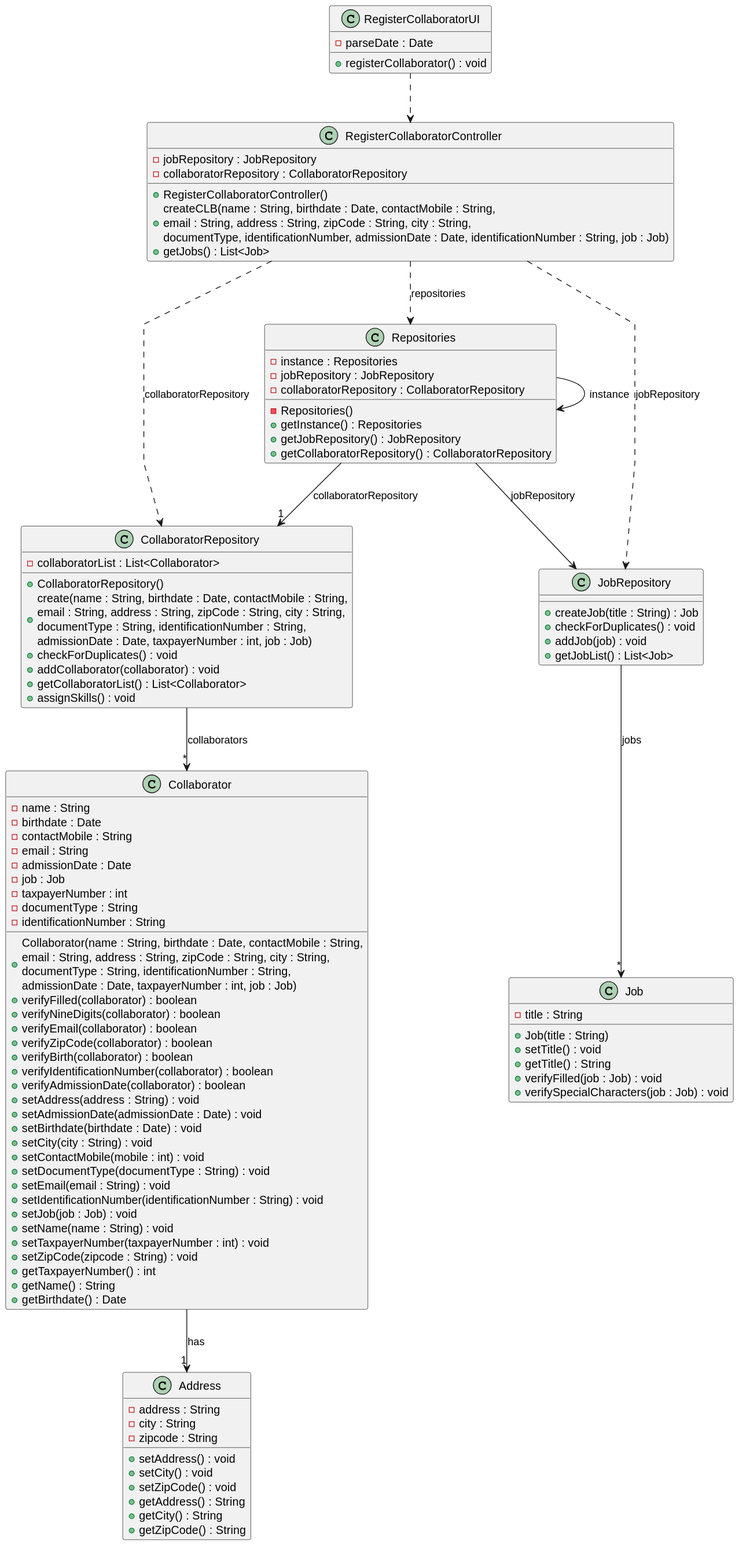
This is docs/sprintC/us003/03.design/svg/us003-class-diagram.svg from ricardomm7/leaflink, a PlantUML export, as it was before one commit. Source of this version:
```plantuml
@startuml
skinparam packageStyle rectangle
skinparam shadowing false
skinparam linetype polyline


class RegisterCollaboratorUI {
+registerCollaborator() : void
-parseDate : Date
}

class RegisterCollaboratorController {
    -jobRepository : JobRepository
    -collaboratorRepository : CollaboratorRepository
    +RegisterCollaboratorController()
    + createCLB(name : String, birthdate : Date, contactMobile : String,\nemail : String, address : String, zipCode : String, city : String,\ndocumentType, identificationNumber, admissionDate : Date, identificationNumber : String, job : Job)
    + getJobs() : List<Job>
}

class Repositories {
    - instance : Repositories
    - Repositories()
    -jobRepository : JobRepository
    -collaboratorRepository : CollaboratorRepository
    + getInstance() : Repositories
    +getJobRepository() : JobRepository
    +getCollaboratorRepository() : CollaboratorRepository
}

class CollaboratorRepository {
    -collaboratorList : List<Collaborator>
    +CollaboratorRepository()
    + create(name : String, birthdate : Date, contactMobile : String,\nemail : String, address : String, zipCode : String, city : String,\ndocumentType : String, identificationNumber : String, \nadmissionDate : Date, taxpayerNumber : int, job : Job)
    + checkForDuplicates() : void
    + addCollaborator(collaborator) : void
    + getCollaboratorList() : List<Collaborator>
    + assignSkills() : void
}

class JobRepository {
    +createJob(title : String) : Job
    +checkForDuplicates() : void
    +addJob(job) : void
    +getJobList() : List<Job>
}

class Collaborator {
    - name : String
    - birthdate : Date
    - contactMobile : String
    - email : String
    - admissionDate : Date
    - job : Job
    - taxpayerNumber : int
    + Collaborator(name : String, birthdate : Date, contactMobile : String,\nemail : String, address : String, zipCode : String, city : String,\ndocumentType : String, identificationNumber : String, \nadmissionDate : Date, taxpayerNumber : int, job : Job)
    + verifyFilled(collaborator) : boolean
    + verifyNineDigits(collaborator) : boolean
    + verifyEmail(collaborator) : boolean
    + verifyZipCode(collaborator) : boolean
    + verifyBirth(collaborator) : boolean
    + verifyIdentificationNumber(collaborator) : boolean
    + verifyAdmissionDate(collaborator) : boolean
    - documentType : String
    - identificationNumber : String
    +setAddress(address : String) : void
    +setAdmissionDate(admissionDate : Date) : void
    +setBirthdate(birthdate : Date) : void
    +setCity(city : String) : void
    +setContactMobile(mobile : int) : void
    +setDocumentType(documentType : String) : void
    +setEmail(email : String) : void
    +setIdentificationNumber(identificationNumber : String) : void
    +setJob(job : Job) : void
    +setName(name : String) : void
    +setTaxpayerNumber(taxpayerNumber : int) : void
    +setZipCode(zipcode : String) : void
    +getTaxpayerNumber() : int
    +getName() : String
    +getBirthdate() : Date
}

class Address {
    -address : String
    -city : String
    -zipcode : String
    +setAddress() : void
    +setCity() : void
    +setZipCode() : void
    +getAddress() : String
    +getCity() : String
    +getZipCode() : String
}

class Job {
    - title : String
    + Job(title : String)
    + setTitle() : void
    + getTitle() : String
    +verifyFilled(job : Job) : void
    +verifySpecialCharacters(job : Job) : void
}



RegisterCollaboratorUI ..> RegisterCollaboratorController
RegisterCollaboratorController ..> Repositories : repositories
Repositories --> Repositories : instance
Repositories --> JobRepository : jobRepository
Repositories --> "1"CollaboratorRepository : collaboratorRepository
CollaboratorRepository --> "*" Collaborator : collaborators
RegisterCollaboratorController ..> CollaboratorRepository : collaboratorRepository
RegisterCollaboratorController ..> JobRepository : jobRepository
JobRepository --> "*" Job : jobs
Collaborator --> "1" Address : has
@enduml
```
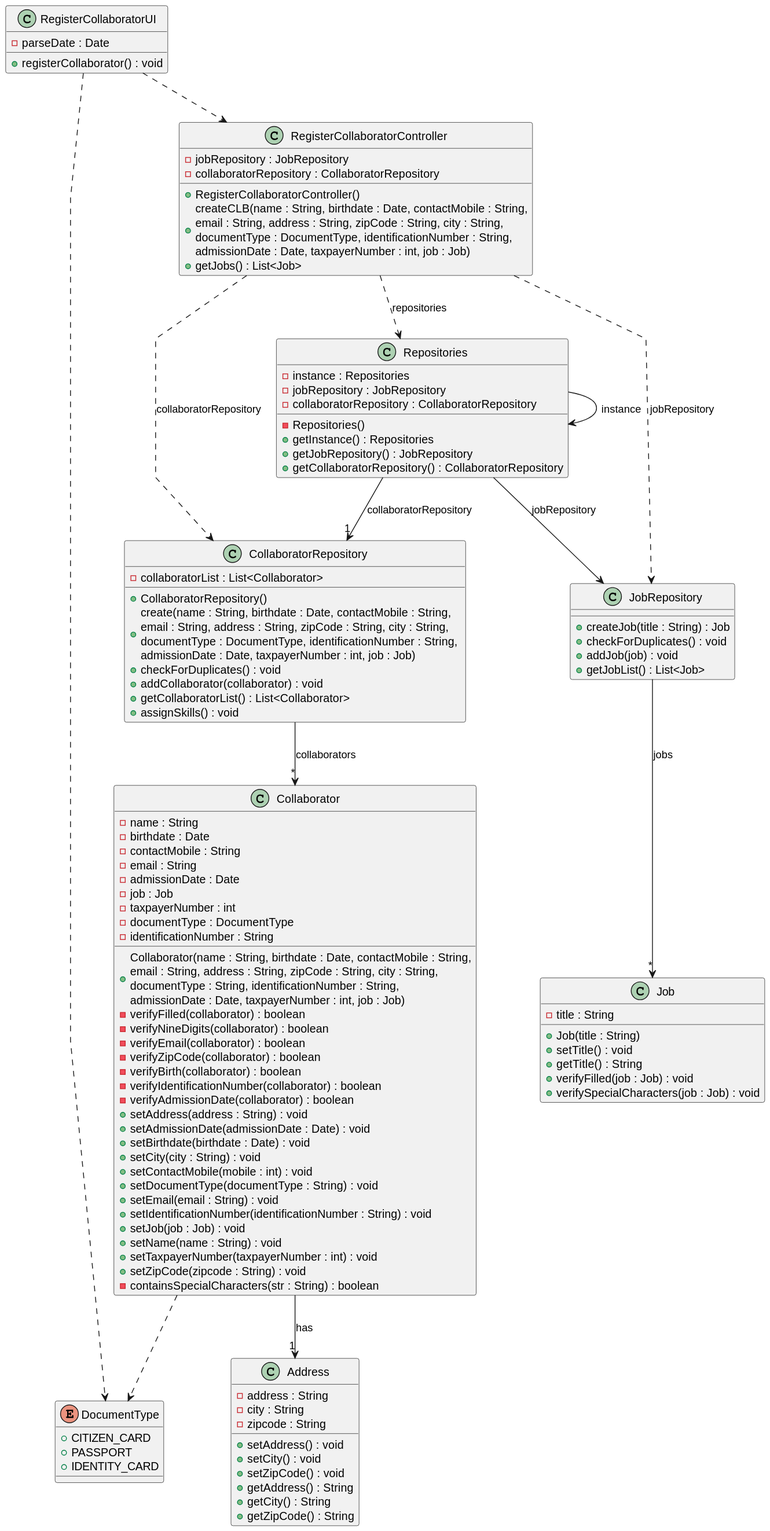
Later version of the same file.

What changed in the source:
```diff
@@ -13,7 +13,7 @@
     -jobRepository : JobRepository
     -collaboratorRepository : CollaboratorRepository
     +RegisterCollaboratorController()
-    + createCLB(name : String, birthdate : Date, contactMobile : String,\nemail : String, address : String, zipCode : String, city : String,\ndocumentType, identificationNumber, admissionDate : Date, identificationNumber : String, job : Job)
+    + createCLB(name : String, birthdate : Date, contactMobile : String,\nemail : String, address : String, zipCode : String, city : String,\ndocumentType : DocumentType, identificationNumber : String, \nadmissionDate : Date, taxpayerNumber : int, job : Job)
     + getJobs() : List<Job>
 }
 
@@ -30,7 +30,7 @@
 class CollaboratorRepository {
     -collaboratorList : List<Collaborator>
     +CollaboratorRepository()
-    + create(name : String, birthdate : Date, contactMobile : String,\nemail : String, address : String, zipCode : String, city : String,\ndocumentType : String, identificationNumber : String, \nadmissionDate : Date, taxpayerNumber : int, job : Job)
+    + create(name : String, birthdate : Date, contactMobile : String,\nemail : String, address : String, zipCode : String, city : String,\ndocumentType : DocumentType, identificationNumber : String, \nadmissionDate : Date, taxpayerNumber : int, job : Job)
     + checkForDuplicates() : void
     + addCollaborator(collaborator) : void
     + getCollaboratorList() : List<Collaborator>
@@ -53,14 +53,14 @@
     - job : Job
     - taxpayerNumber : int
     + Collaborator(name : String, birthdate : Date, contactMobile : String,\nemail : String, address : String, zipCode : String, city : String,\ndocumentType : String, identificationNumber : String, \nadmissionDate : Date, taxpayerNumber : int, job : Job)
-    + verifyFilled(collaborator) : boolean
-    + verifyNineDigits(collaborator) : boolean
-    + verifyEmail(collaborator) : boolean
-    + verifyZipCode(collaborator) : boolean
-    + verifyBirth(collaborator) : boolean
-    + verifyIdentificationNumber(collaborator) : boolean
-    + verifyAdmissionDate(collaborator) : boolean
-    - documentType : String
+    - verifyFilled(collaborator) : boolean
+    - verifyNineDigits(collaborator) : boolean
+    - verifyEmail(collaborator) : boolean
+    - verifyZipCode(collaborator) : boolean
+    - verifyBirth(collaborator) : boolean
+    - verifyIdentificationNumber(collaborator) : boolean
+    - verifyAdmissionDate(collaborator) : boolean
+    - documentType : DocumentType
     - identificationNumber : String
     +setAddress(address : String) : void
     +setAdmissionDate(admissionDate : Date) : void
@@ -74,9 +74,7 @@
     +setName(name : String) : void
     +setTaxpayerNumber(taxpayerNumber : int) : void
     +setZipCode(zipcode : String) : void
-    +getTaxpayerNumber() : int
-    +getName() : String
-    +getBirthdate() : Date
+    -containsSpecialCharacters(str : String) : boolean
 }
 
 class Address {
@@ -100,6 +98,11 @@
     +verifySpecialCharacters(job : Job) : void
 }
 
+enum DocumentType{
++CITIZEN_CARD
++PASSPORT
++IDENTITY_CARD
+}
 
 
 RegisterCollaboratorUI ..> RegisterCollaboratorController
@@ -112,4 +115,6 @@
 RegisterCollaboratorController ..> JobRepository : jobRepository
 JobRepository --> "*" Job : jobs
 Collaborator --> "1" Address : has
+RegisterCollaboratorUI ..> DocumentType
+Collaborator ..> DocumentType
 @enduml
```
